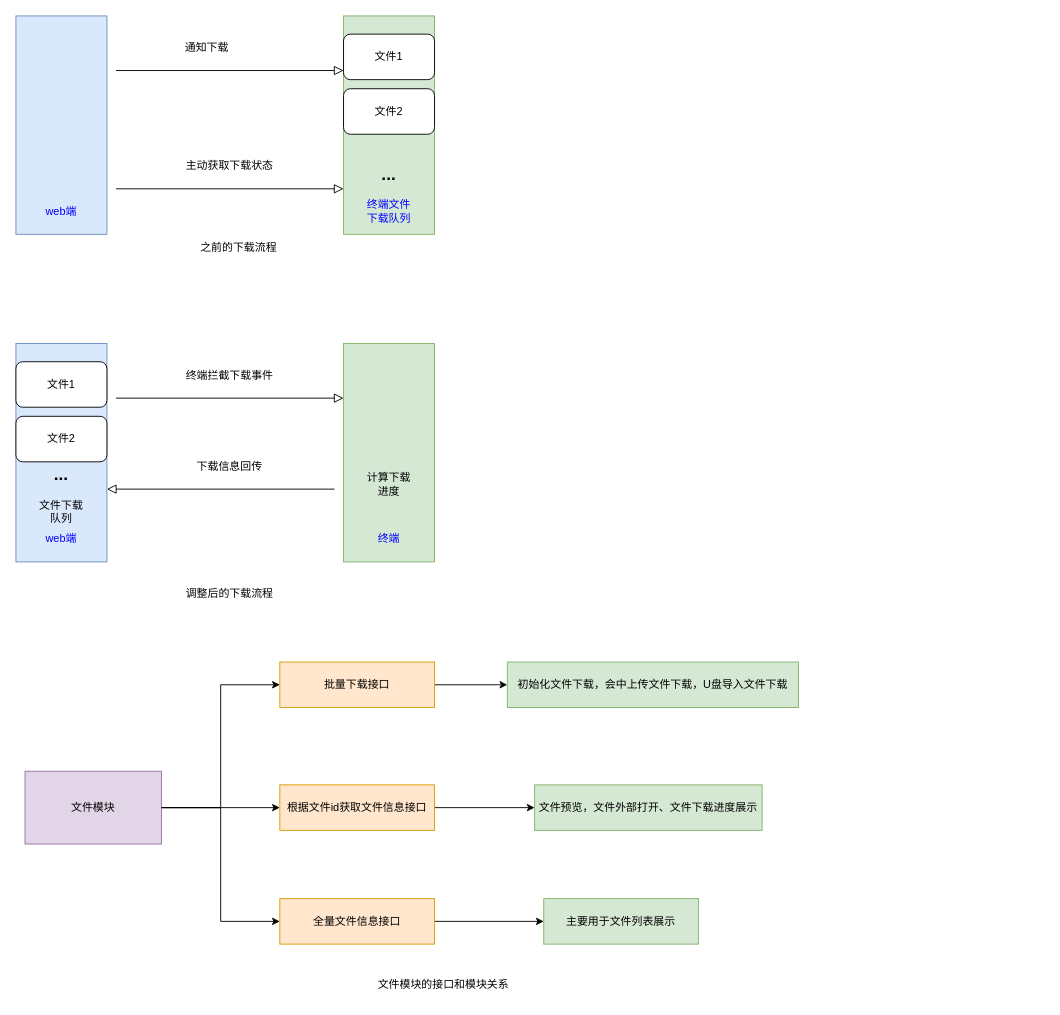
Above: whiteboard/work/download.drawio in laterbuy/blogTalk (draw.io), before the change. Source tidied: cells renumbered, new cells numbered last; positions are measured from the earlier drawing's top-left corner, leaving out a move shared by most shapes. Both pictures are drawn from the tidied source at 91%, with x=0, y=0 at pixel (15, 15).
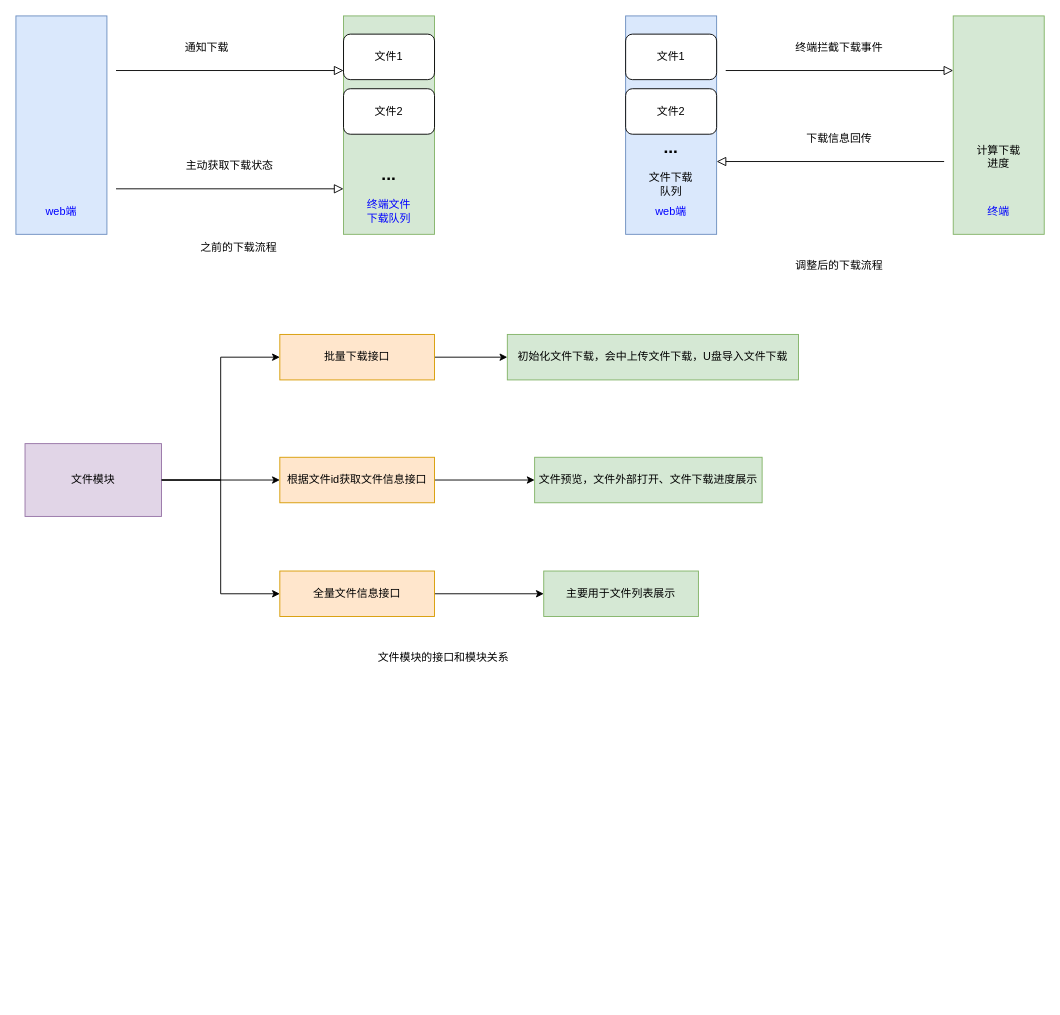
After the change.

Change to the diagram source:
```diff
@@
-    <mxCell id="11" style="rounded=0;whiteSpace=wrap;html=1;fillColor=#dae8fc;strokeColor=#6c8ebf;" parent="1" vertex="1">
-      <mxGeometry y="360" width="100" height="240" as="geometry" />
-    </mxCell>
-    <mxCell id="12" style="rounded=0;whiteSpace=wrap;html=1;fillColor=#d5e8d4;strokeColor=#82b366;" parent="1" vertex="1">
-      <mxGeometry x="360" y="360" width="100" height="240" as="geometry" />
-    </mxCell>
-    <mxCell id="13" value="文件1" style="rounded=1;whiteSpace=wrap;html=1;" parent="1" vertex="1">
-      <mxGeometry y="380" width="100" height="50" as="geometry" />
-    </mxCell>
-    <mxCell id="14" style="rounded=0;html=1;jettySize=auto;orthogonalLoop=1;fontSize=11;endArrow=block;endFill=0;endSize=8;strokeWidth=1;shadow=0;labelBackgroundColor=none;edgeStyle=orthogonalEdgeStyle;exitX=1;exitY=0.5;exitDx=0;exitDy=0;entryX=0;entryY=0.5;entryDx=0;entryDy=0;" parent="1" edge="1">
-      <mxGeometry relative="1" as="geometry">
-        <mxPoint x="110" y="420" as="sourcePoint" />
-        <mxPoint x="360" y="420" as="targetPoint" />
-      </mxGeometry>
-    </mxCell>
-    <mxCell id="15" value="文件2" style="rounded=1;whiteSpace=wrap;html=1;" parent="1" vertex="1">
-      <mxGeometry y="440" width="100" height="50" as="geometry" />
-    </mxCell>
-    <mxCell id="16" value="..." style="text;html=1;strokeColor=none;fillColor=none;align=center;verticalAlign=middle;whiteSpace=wrap;rounded=0;fontStyle=1;fontSize=19;" parent="1" vertex="1">
-      <mxGeometry x="20" y="490" width="60" height="30" as="geometry" />
-    </mxCell>
-    <mxCell id="17" value="终端" style="text;html=1;strokeColor=none;fillColor=none;align=center;verticalAlign=middle;whiteSpace=wrap;rounded=0;fontColor=#0000FF;" parent="1" vertex="1">
-      <mxGeometry x="380" y="560" width="60" height="30" as="geometry" />
-    </mxCell>
-    <mxCell id="18" value="web端" style="text;html=1;strokeColor=none;fillColor=none;align=center;verticalAlign=middle;whiteSpace=wrap;rounded=0;fontColor=#0000FF;" parent="1" vertex="1">
-      <mxGeometry x="20" y="560" width="60" height="30" as="geometry" />
-    </mxCell>
-    <mxCell id="19" style="rounded=0;html=1;jettySize=auto;orthogonalLoop=1;fontSize=11;endArrow=block;endFill=0;endSize=8;strokeWidth=1;shadow=0;labelBackgroundColor=none;edgeStyle=orthogonalEdgeStyle;exitX=0;exitY=0.75;exitDx=0;exitDy=0;" parent="1" edge="1">
-      <mxGeometry relative="1" as="geometry">
-        <mxPoint x="350" y="520" as="sourcePoint" />
-        <mxPoint x="100" y="520" as="targetPoint" />
-      </mxGeometry>
-    </mxCell>
-    <mxCell id="20" value="终端拦截下载事件" style="text;html=1;strokeColor=none;fillColor=none;align=center;verticalAlign=middle;whiteSpace=wrap;rounded=0;" parent="1" vertex="1">
-      <mxGeometry x="180" y="380" width="110" height="30" as="geometry" />
-    </mxCell>
-    <mxCell id="21" value="下载信息回传" style="text;html=1;strokeColor=none;fillColor=none;align=center;verticalAlign=middle;whiteSpace=wrap;rounded=0;" parent="1" vertex="1">
-      <mxGeometry x="180" y="480" width="110" height="30" as="geometry" />
-    </mxCell>
-    <mxCell id="22" value="文件下载队列" style="text;html=1;strokeColor=none;fillColor=none;align=center;verticalAlign=middle;whiteSpace=wrap;rounded=0;fontColor=#000000;" parent="1" vertex="1">
-      <mxGeometry x="20" y="530" width="60" height="30" as="geometry" />
-    </mxCell>
@@
-    <mxCell id="26" value="调整后的下载流程" style="text;html=1;strokeColor=none;fillColor=none;align=center;verticalAlign=middle;whiteSpace=wrap;rounded=0;" parent="1" vertex="1">
-      <mxGeometry x="170" y="620" width="130" height="30" as="geometry" />
-    </mxCell>
     <mxCell id="27" value="文件模块的接口和模块关系" style="text;html=1;strokeColor=none;fillColor=none;align=center;verticalAlign=middle;whiteSpace=wrap;rounded=0;" parent="1" vertex="1">
-      <mxGeometry x="360" y="1050" width="220" height="30" as="geometry" />
+      <mxGeometry x="360" y="690" width="220" height="30" as="geometry" />
     </mxCell>
@@
     <mxCell id="29" value="文件模块" style="rounded=0;whiteSpace=wrap;html=1;fillColor=#e1d5e7;strokeColor=#9673a6;" parent="1" vertex="1">
-      <mxGeometry x="10" y="830" width="150" height="80" as="geometry" />
+      <mxGeometry x="10" y="470" width="150" height="80" as="geometry" />
     </mxCell>
@@
     <mxCell id="31" value="批量下载接口" style="rounded=0;whiteSpace=wrap;html=1;fillColor=#ffe6cc;strokeColor=#d79b00;" parent="1" vertex="1">
-      <mxGeometry x="290" y="710" width="170" height="50" as="geometry" />
+      <mxGeometry x="290" y="350" width="170" height="50" as="geometry" />
     </mxCell>
@@
     <mxCell id="33" value="根据文件id获取文件信息接口" style="rounded=0;whiteSpace=wrap;html=1;fillColor=#ffe6cc;strokeColor=#d79b00;" parent="1" vertex="1">
-      <mxGeometry x="290" y="845" width="170" height="50" as="geometry" />
+      <mxGeometry x="290" y="485" width="170" height="50" as="geometry" />
     </mxCell>
@@
     <mxCell id="35" value="全量文件信息接口" style="rounded=0;whiteSpace=wrap;html=1;fillColor=#ffe6cc;strokeColor=#d79b00;" parent="1" vertex="1">
-      <mxGeometry x="290" y="970" width="170" height="50" as="geometry" />
+      <mxGeometry x="290" y="610" width="170" height="50" as="geometry" />
     </mxCell>
@@
     <mxCell id="38" value="主要用于文件列表展示" style="rounded=0;whiteSpace=wrap;html=1;fillColor=#d5e8d4;strokeColor=#82b366;" parent="1" vertex="1">
-      <mxGeometry x="580" y="970" width="170" height="50" as="geometry" />
+      <mxGeometry x="580" y="610" width="170" height="50" as="geometry" />
     </mxCell>
     <mxCell id="39" value="文件预览，文件外部打开、文件下载进度展示" style="rounded=0;whiteSpace=wrap;html=1;fillColor=#d5e8d4;strokeColor=#82b366;" parent="1" vertex="1">
-      <mxGeometry x="570" y="845" width="250" height="50" as="geometry" />
+      <mxGeometry x="570" y="485" width="250" height="50" as="geometry" />
     </mxCell>
     <mxCell id="40" value="初始化文件下载，会中上传文件下载，U盘导入文件下载" style="rounded=0;whiteSpace=wrap;html=1;fillColor=#d5e8d4;strokeColor=#82b366;" parent="1" vertex="1">
-      <mxGeometry x="540" y="710" width="320" height="50" as="geometry" />
+      <mxGeometry x="540" y="350" width="320" height="50" as="geometry" />
     </mxCell>
+    <mxCell id="42" style="rounded=0;whiteSpace=wrap;html=1;fillColor=#dae8fc;strokeColor=#6c8ebf;" parent="1" vertex="1">
+      <mxGeometry x="670" width="100" height="240" as="geometry" />
+    </mxCell>
+    <mxCell id="43" style="rounded=0;whiteSpace=wrap;html=1;fillColor=#d5e8d4;strokeColor=#82b366;" parent="1" vertex="1">
+      <mxGeometry x="1030" width="100" height="240" as="geometry" />
+    </mxCell>
+    <mxCell id="13" value="文件1" style="rounded=1;whiteSpace=wrap;html=1;" parent="1" vertex="1">
+      <mxGeometry x="670" y="20" width="100" height="50" as="geometry" />
+    </mxCell>
+    <mxCell id="44" style="rounded=0;html=1;jettySize=auto;orthogonalLoop=1;fontSize=11;endArrow=block;endFill=0;endSize=8;strokeWidth=1;shadow=0;labelBackgroundColor=none;edgeStyle=orthogonalEdgeStyle;exitX=1;exitY=0.5;exitDx=0;exitDy=0;entryX=0;entryY=0.5;entryDx=0;entryDy=0;" parent="1" edge="1">
+      <mxGeometry relative="1" as="geometry">
+        <mxPoint x="780" y="60" as="sourcePoint" />
+        <mxPoint x="1030" y="60" as="targetPoint" />
+      </mxGeometry>
+    </mxCell>
+    <mxCell id="15" value="文件2" style="rounded=1;whiteSpace=wrap;html=1;" parent="1" vertex="1">
+      <mxGeometry x="670" y="80" width="100" height="50" as="geometry" />
+    </mxCell>
+    <mxCell id="16" value="..." style="text;html=1;strokeColor=none;fillColor=none;align=center;verticalAlign=middle;whiteSpace=wrap;rounded=0;fontStyle=1;fontSize=19;" parent="1" vertex="1">
+      <mxGeometry x="690" y="130" width="60" height="30" as="geometry" />
+    </mxCell>
+    <mxCell id="17" value="终端" style="text;html=1;strokeColor=none;fillColor=none;align=center;verticalAlign=middle;whiteSpace=wrap;rounded=0;fontColor=#0000FF;" parent="1" vertex="1">
+      <mxGeometry x="1050" y="200" width="60" height="30" as="geometry" />
+    </mxCell>
+    <mxCell id="18" value="web端" style="text;html=1;strokeColor=none;fillColor=none;align=center;verticalAlign=middle;whiteSpace=wrap;rounded=0;fontColor=#0000FF;" parent="1" vertex="1">
+      <mxGeometry x="690" y="200" width="60" height="30" as="geometry" />
+    </mxCell>
+    <mxCell id="45" style="rounded=0;html=1;jettySize=auto;orthogonalLoop=1;fontSize=11;endArrow=block;endFill=0;endSize=8;strokeWidth=1;shadow=0;labelBackgroundColor=none;edgeStyle=orthogonalEdgeStyle;exitX=0;exitY=0.75;exitDx=0;exitDy=0;" parent="1" edge="1">
+      <mxGeometry relative="1" as="geometry">
+        <mxPoint x="1020" y="160" as="sourcePoint" />
+        <mxPoint x="770" y="160" as="targetPoint" />
+      </mxGeometry>
+    </mxCell>
+    <mxCell id="20" value="终端拦截下载事件" style="text;html=1;strokeColor=none;fillColor=none;align=center;verticalAlign=middle;whiteSpace=wrap;rounded=0;" parent="1" vertex="1">
+      <mxGeometry x="850" y="20" width="110" height="30" as="geometry" />
+    </mxCell>
+    <mxCell id="21" value="下载信息回传" style="text;html=1;strokeColor=none;fillColor=none;align=center;verticalAlign=middle;whiteSpace=wrap;rounded=0;" parent="1" vertex="1">
+      <mxGeometry x="850" y="120" width="110" height="30" as="geometry" />
+    </mxCell>
+    <mxCell id="22" value="文件下载队列" style="text;html=1;strokeColor=none;fillColor=none;align=center;verticalAlign=middle;whiteSpace=wrap;rounded=0;fontColor=#000000;" parent="1" vertex="1">
+      <mxGeometry x="690" y="170" width="60" height="30" as="geometry" />
+    </mxCell>
+    <mxCell id="26" value="调整后的下载流程" style="text;html=1;strokeColor=none;fillColor=none;align=center;verticalAlign=middle;whiteSpace=wrap;rounded=0;" parent="1" vertex="1">
+      <mxGeometry x="840" y="260" width="130" height="30" as="geometry" />
+    </mxCell>
     <mxCell id="41" value="计算下载进度" style="text;html=1;strokeColor=none;fillColor=none;align=center;verticalAlign=middle;whiteSpace=wrap;rounded=0;" parent="1" vertex="1">
-      <mxGeometry x="380" y="500" width="60" height="30" as="geometry" />
+      <mxGeometry x="1050" y="140" width="60" height="30" as="geometry" />
     </mxCell>
```
